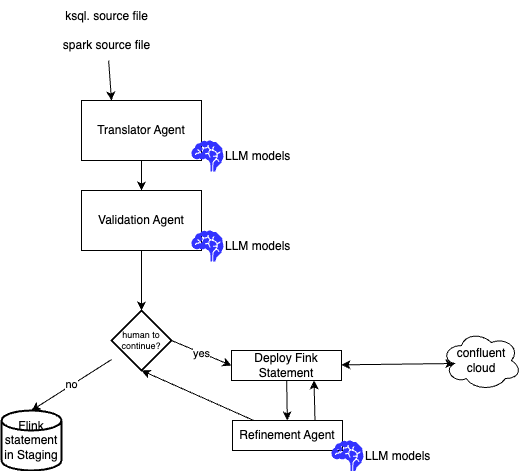
This is docs/coding/images/ai_agent_new_flow.drawio.png from jbcodeforce/shift_left_utils, a draw.io export, as it was before one commit. Source tidied: cells renumbered, new cells last; positions are measured from the earlier drawing's top-left corner, leaving out a move shared by most shapes.
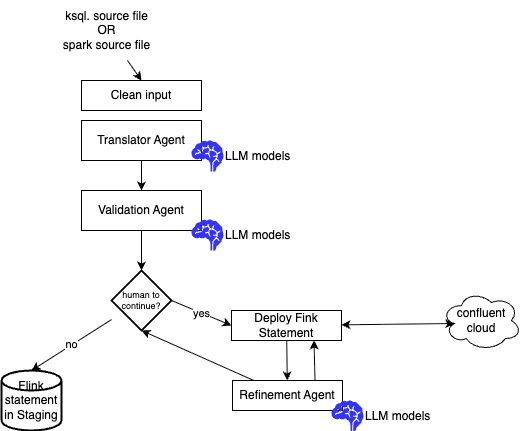
Above is the later version.

Diff of the diagram source:
```diff
@@ -6,19 +6,21 @@
       <mxGeometry relative="1" as="geometry" />
     </mxCell>
     <mxCell id="3" value="Translator Agent" style="rounded=0;whiteSpace=wrap;html=1;" parent="1" vertex="1">
-      <mxGeometry x="80" y="100" width="120" height="60" as="geometry" />
+      <mxGeometry x="80" y="160" width="120" height="40" as="geometry" />
     </mxCell>
-    <mxCell id="4" style="edgeStyle=none;html=1;entryX=0.25;entryY=0;entryDx=0;entryDy=0;" parent="1" edge="1" source="5" target="3">
-      <mxGeometry relative="1" as="geometry" />
+    <mxCell id="4" style="edgeStyle=none;html=1;" parent="1" edge="1" source="5">
+      <mxGeometry relative="1" as="geometry">
+        <mxPoint x="140" y="120" as="targetPoint" />
+      </mxGeometry>
     </mxCell>
-    <mxCell id="5" value="ksql. source file&lt;div&gt;&lt;br&gt;&lt;/div&gt;&lt;div&gt;spark source file&lt;/div&gt;" style="text;html=1;align=center;verticalAlign=middle;points=[];strokeColor=none;fillColor=none;" parent="1" vertex="1">
-      <mxGeometry x="50" width="110" height="60" as="geometry" />
+    <mxCell id="5" value="ksql. source file&lt;div&gt;OR&lt;/div&gt;&lt;div&gt;spark source file&lt;/div&gt;" style="text;html=1;align=center;verticalAlign=middle;points=[];strokeColor=none;fillColor=none;" parent="1" vertex="1">
+      <mxGeometry x="50" y="40" width="110" height="60" as="geometry" />
     </mxCell>
     <mxCell id="6" style="edgeStyle=none;html=1;" parent="1" edge="1" source="7" target="11">
       <mxGeometry relative="1" as="geometry" />
     </mxCell>
     <mxCell id="7" value="&lt;span style=&quot;color: rgb(0, 0, 0);&quot;&gt;Validation Agent&lt;/span&gt;" style="rounded=0;whiteSpace=wrap;html=1;" parent="1" vertex="1">
-      <mxGeometry x="80" y="190" width="120" height="60" as="geometry" />
+      <mxGeometry x="80" y="230" width="120" height="40" as="geometry" />
     </mxCell>
     <mxCell id="8" style="edgeStyle=none;html=1;" parent="1" edge="1" source="9" target="13">
       <mxGeometry relative="1" as="geometry" />
@@ -48,10 +50,10 @@
       <mxGeometry relative="1" as="geometry" />
     </mxCell>
     <mxCell id="17" value="LLM models" style="shape=mxgraph.signs.healthcare.brain;html=1;fillColor=#3333FF;strokeColor=none;verticalLabelPosition=middle;verticalAlign=middle;align=left;labelPosition=right;" parent="1" vertex="1">
-      <mxGeometry x="190" y="140" width="32" height="31" as="geometry" />
+      <mxGeometry x="190" y="180" width="32" height="31" as="geometry" />
     </mxCell>
     <mxCell id="18" value="LLM models" style="shape=mxgraph.signs.healthcare.brain;html=1;fillColor=#3333FF;strokeColor=none;verticalLabelPosition=middle;verticalAlign=middle;align=left;labelPosition=right;" parent="1" vertex="1">
-      <mxGeometry x="190" y="230" width="32" height="31" as="geometry" />
+      <mxGeometry x="190" y="259" width="32" height="31" as="geometry" />
     </mxCell>
     <mxCell id="19" value="LLM models" style="shape=mxgraph.signs.healthcare.brain;html=1;fillColor=#3333FF;strokeColor=none;verticalLabelPosition=middle;verticalAlign=middle;align=left;labelPosition=right;" parent="1" vertex="1">
       <mxGeometry x="330" y="440" width="32" height="31" as="geometry" />
@@ -62,5 +64,8 @@
     <mxCell id="21" style="edgeStyle=none;html=1;entryX=0.16;entryY=0.55;entryDx=0;entryDy=0;entryPerimeter=0;startArrow=classic;startFill=1;" parent="1" edge="1" source="9" target="20">
       <mxGeometry relative="1" as="geometry" />
     </mxCell>
+    <mxCell id="22" value="Clean input" style="rounded=0;whiteSpace=wrap;html=1;" parent="1" vertex="1">
+      <mxGeometry x="80" y="120" width="120" height="30" as="geometry" />
+    </mxCell>
   </root>
 </mxGraphModel>
```
